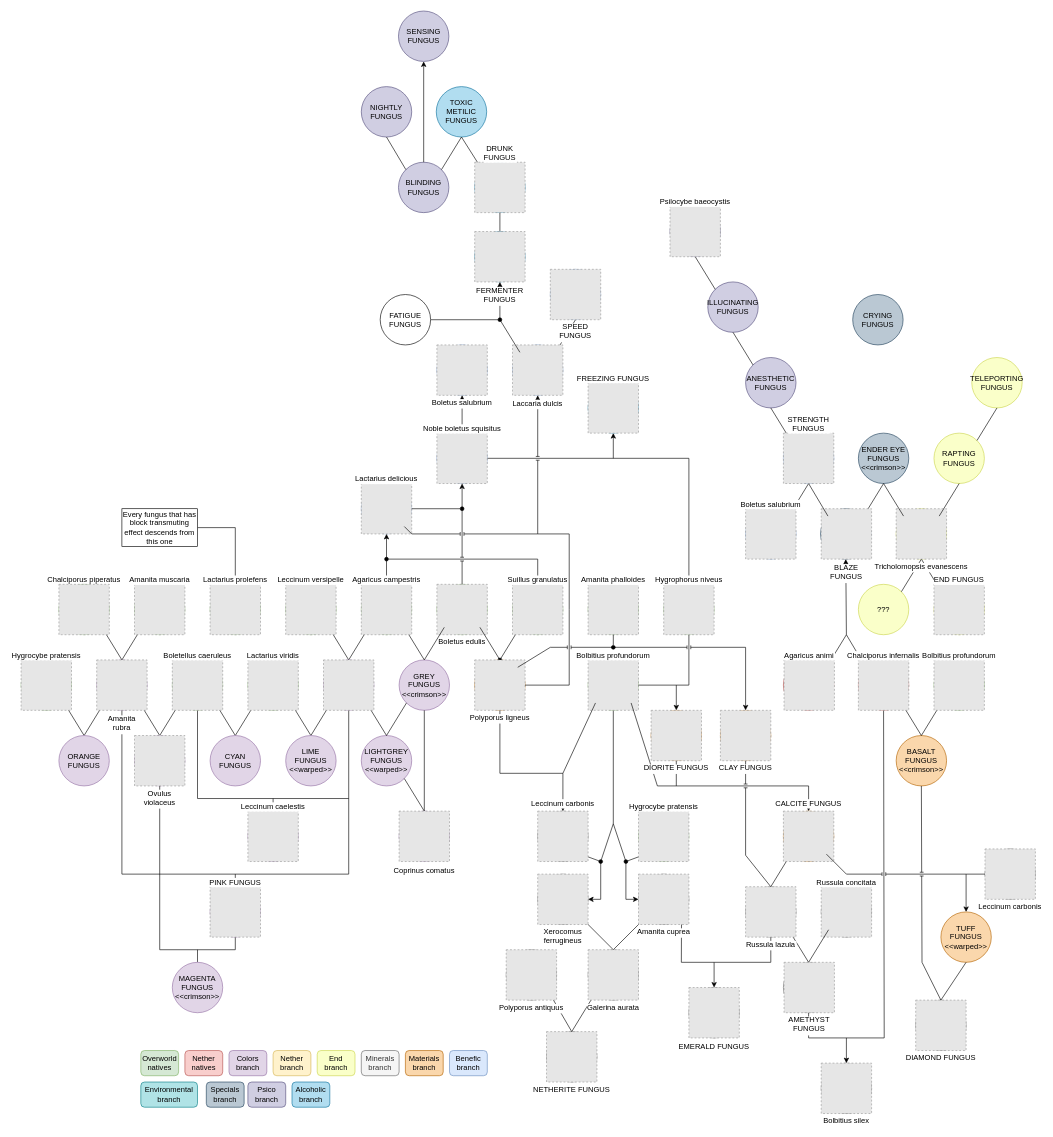
The draw.io diagram src/main/resources/data/mycologymod/mutations/mutations-diagram.drawio in SimoMett/MycologyMC, before the edit. Source tidied: cells renumbered, new cells numbered last; positions are measured from the earlier drawing's top-left corner, leaving out a move shared by most shapes. Both pictures are drawn from the tidied source at 63%, with x=0, y=0 at pixel (21, 11). Pictures stored in the file or linked from it are replaced by grey dashed boxes.
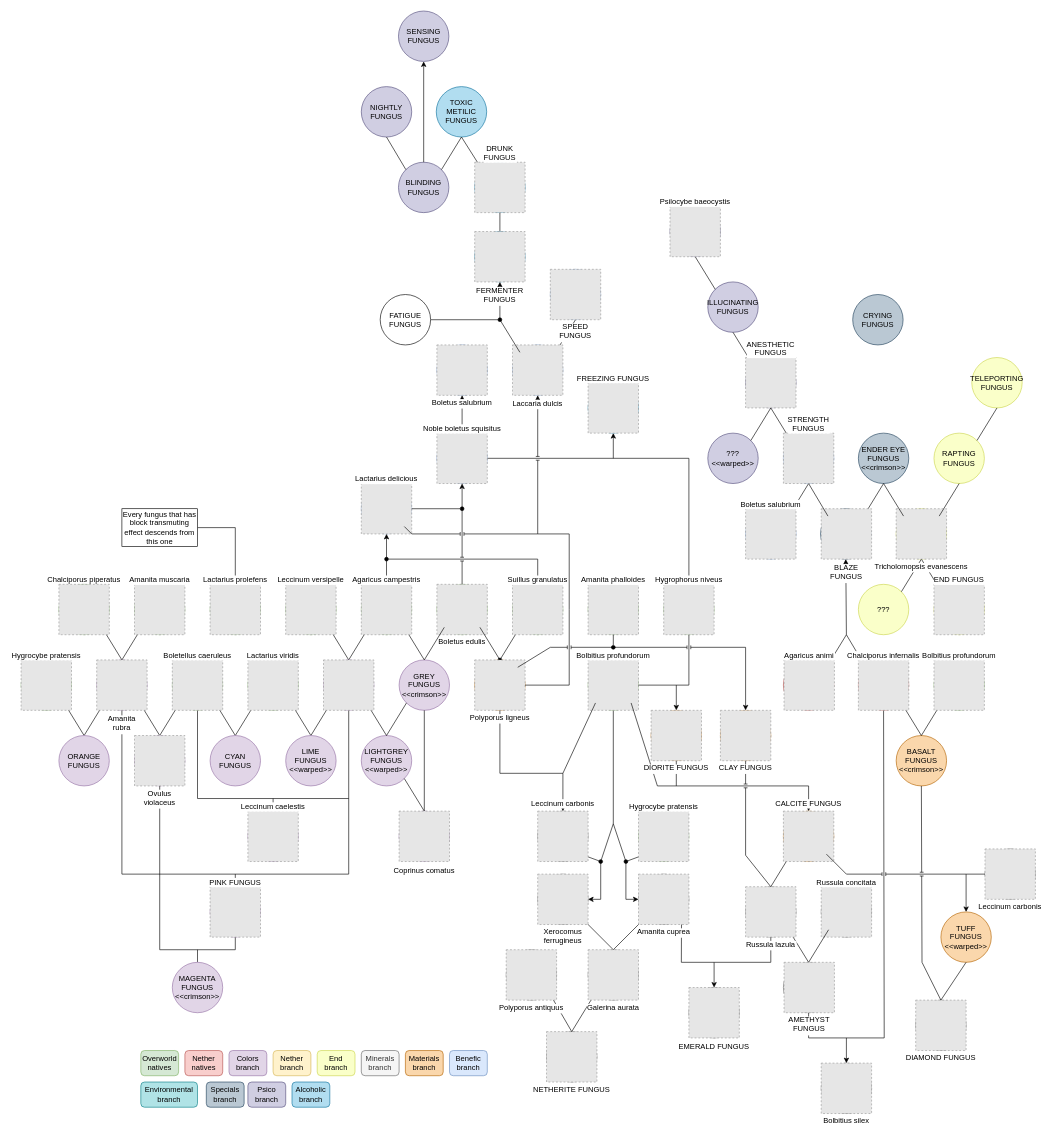
Above is the later version.

Diff of the diagram source:
```diff
@@
-    <mxCell id="206" value="&lt;span style=&quot;background-color: initial;&quot;&gt;ANESTHETIC&lt;/span&gt;&lt;div&gt;&lt;span style=&quot;background-color: initial;&quot;&gt;FUNGUS&lt;/span&gt;&lt;/div&gt;" style="ellipse;whiteSpace=wrap;html=1;fillColor=#d0cee2;strokeColor=#56517e;" parent="1" vertex="1">
+    <mxCell id="206" style="ellipse;whiteSpace=wrap;html=1;fillColor=#d0cee2;strokeColor=#56517e;" parent="1" vertex="1">
       <mxGeometry x="1150" y="550" width="80" height="80" as="geometry" />
     </mxCell>
@@
+    <mxCell id="241" value="ANESTHETIC&#10;FUNGUS" style="fillColor=#E6E6E6;strokeColor=#999999;dashed=1;verticalLabelPosition=top;labelBackgroundColor=default;verticalAlign=bottom;labelPosition=center;align=center;spacing=0;" parent="1" vertex="1">
+      <mxGeometry x="1150" y="550" width="80" height="80" as="geometry" />
+    </mxCell>
+    <mxCell id="242" value="???&lt;div&gt;&amp;lt;&amp;lt;warped&amp;gt;&amp;gt;&lt;/div&gt;" style="ellipse;whiteSpace=wrap;html=1;fillColor=#d0cee2;strokeColor=#56517e;" parent="1" vertex="1">
+      <mxGeometry x="1090" y="670" width="80" height="80" as="geometry" />
+    </mxCell>
+    <mxCell id="243" style="endArrow=none;html=1;rounded=0;entryX=0.5;entryY=1;entryDx=0;entryDy=0;exitX=1;exitY=0;exitDx=0;exitDy=0;" parent="1" edge="1" source="242" target="206">
+      <mxGeometry relative="1" as="geometry" />
+    </mxCell>
```
